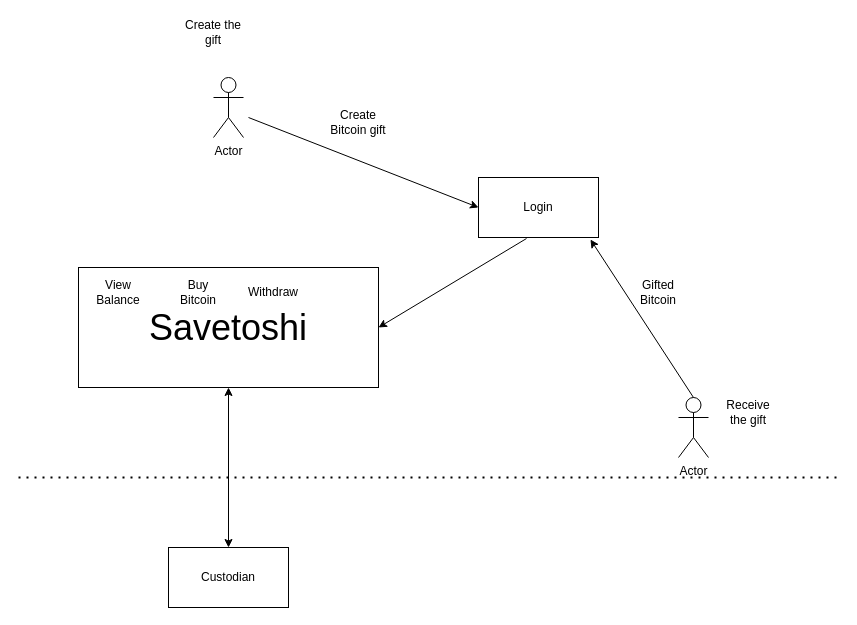
Above: SavetoshiSystemDiagram.drawio in mattwatts36/drawings (draw.io), before the change. Source tidied: cells renumbered, new cells numbered last; positions are measured from the earlier drawing's top-left corner, leaving out a move shared by most shapes. Both pictures are drawn from the tidied source at 100%, with x=0, y=0 at pixel (18, 17).
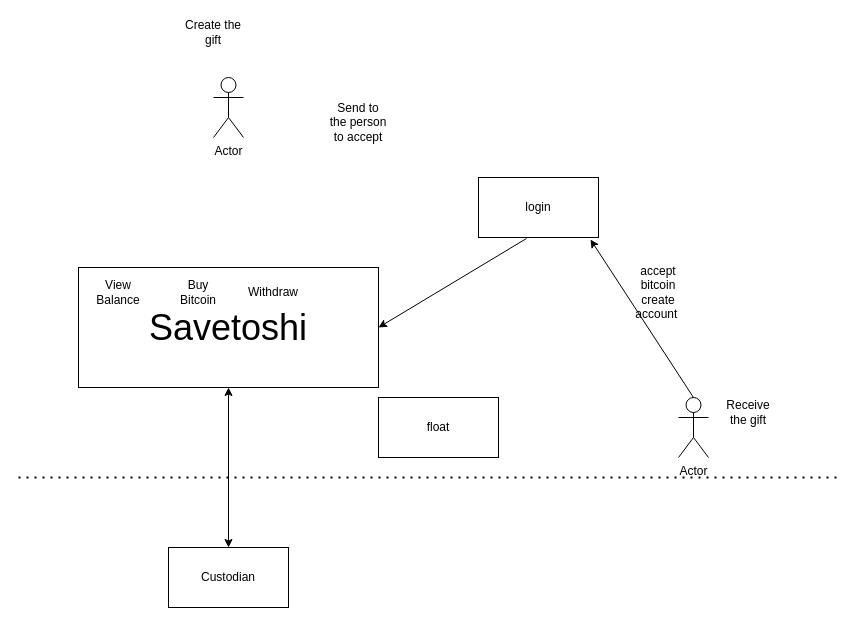
Above is the later version.

Unchanged cells that the change refers to:
```xml
<mxCell id="3" value="&lt;font style=&quot;font-size: 36px;&quot;&gt;Savetoshi&lt;/font&gt;" style="rounded=0;whiteSpace=wrap;html=1;" parent="1" vertex="1">
  <mxGeometry x="60" y="250" width="300" height="120" as="geometry" />
</mxCell>
<mxCell id="14" value="Actor" style="shape=umlActor;verticalLabelPosition=bottom;verticalAlign=top;html=1;outlineConnect=0;" parent="1" vertex="1">
  <mxGeometry x="660" y="380" width="30" height="60" as="geometry" />
</mxCell>
```

What changed in the source:
```diff
@@
-    <mxCell id="4" value="Login" style="rounded=0;whiteSpace=wrap;html=1;" parent="1" vertex="1">
-      <mxGeometry x="460" y="160" width="120" height="60" as="geometry" />
-    </mxCell>
-    <mxCell id="5" style="endArrow=classic;html=1;rounded=0;entryX=0;entryY=0.5;entryDx=0;entryDy=0;" parent="1" edge="1" target="4">
-      <mxGeometry relative="1" as="geometry">
-        <mxPoint x="230" y="100" as="sourcePoint" />
-      </mxGeometry>
-    </mxCell>
-    <mxCell id="6" style="endArrow=classic;html=1;rounded=0;exitX=0.4;exitY=1.017;exitDx=0;exitDy=0;exitPerimeter=0;entryX=1;entryY=0.5;entryDx=0;entryDy=0;" parent="1" edge="1" source="4" target="3">
-      <mxGeometry relative="1" as="geometry" />
+    <mxCell id="6" style="endArrow=classic;html=1;rounded=0;exitX=0.4;exitY=1.017;exitDx=0;exitDy=0;exitPerimeter=0;entryX=1;entryY=0.5;entryDx=0;entryDy=0;" parent="1" edge="1" target="3">
+      <mxGeometry relative="1" as="geometry">
+        <mxPoint x="508" y="221" as="sourcePoint" />
+      </mxGeometry>
     </mxCell>
-    <mxCell id="7" value="Create Bitcoin gift" style="text;html=1;strokeColor=none;fillColor=none;align=center;verticalAlign=middle;whiteSpace=wrap;rounded=0;" parent="1" vertex="1">
+    <mxCell id="7" value="Send to the person to accept" style="text;html=1;strokeColor=none;fillColor=none;align=center;verticalAlign=middle;whiteSpace=wrap;rounded=0;" parent="1" vertex="1">
       <mxGeometry x="310" y="90" width="60" height="30" as="geometry" />
     </mxCell>
@@
-    <mxCell id="15" value="Gifted Bitcoin" style="text;html=1;strokeColor=none;fillColor=none;align=center;verticalAlign=middle;whiteSpace=wrap;rounded=0;" parent="1" vertex="1">
+    <mxCell id="15" value="accept bitcoin create account&amp;nbsp;" style="text;html=1;strokeColor=none;fillColor=none;align=center;verticalAlign=middle;whiteSpace=wrap;rounded=0;" parent="1" vertex="1">
       <mxGeometry x="610" y="260" width="60" height="30" as="geometry" />
     </mxCell>
@@
-    <mxCell id="18" style="endArrow=classic;html=1;rounded=0;entryX=0.933;entryY=1.033;entryDx=0;entryDy=0;entryPerimeter=0;exitX=0.5;exitY=0;exitDx=0;exitDy=0;exitPerimeter=0;" parent="1" edge="1" source="14" target="4">
-      <mxGeometry relative="1" as="geometry" />
+    <mxCell id="18" style="endArrow=classic;html=1;rounded=0;entryX=0.933;entryY=1.033;entryDx=0;entryDy=0;entryPerimeter=0;exitX=0.5;exitY=0;exitDx=0;exitDy=0;exitPerimeter=0;" parent="1" edge="1" source="14">
+      <mxGeometry relative="1" as="geometry">
+        <mxPoint x="572" y="222" as="targetPoint" />
+      </mxGeometry>
     </mxCell>
+    <mxCell id="19" value="float" style="rounded=0;whiteSpace=wrap;html=1;" parent="1" vertex="1">
+      <mxGeometry x="360" y="380" width="120" height="60" as="geometry" />
+    </mxCell>
+    <mxCell id="20" value="login" style="rounded=0;whiteSpace=wrap;html=1;" parent="1" vertex="1">
+      <mxGeometry x="460" y="160" width="120" height="60" as="geometry" />
+    </mxCell>
```
